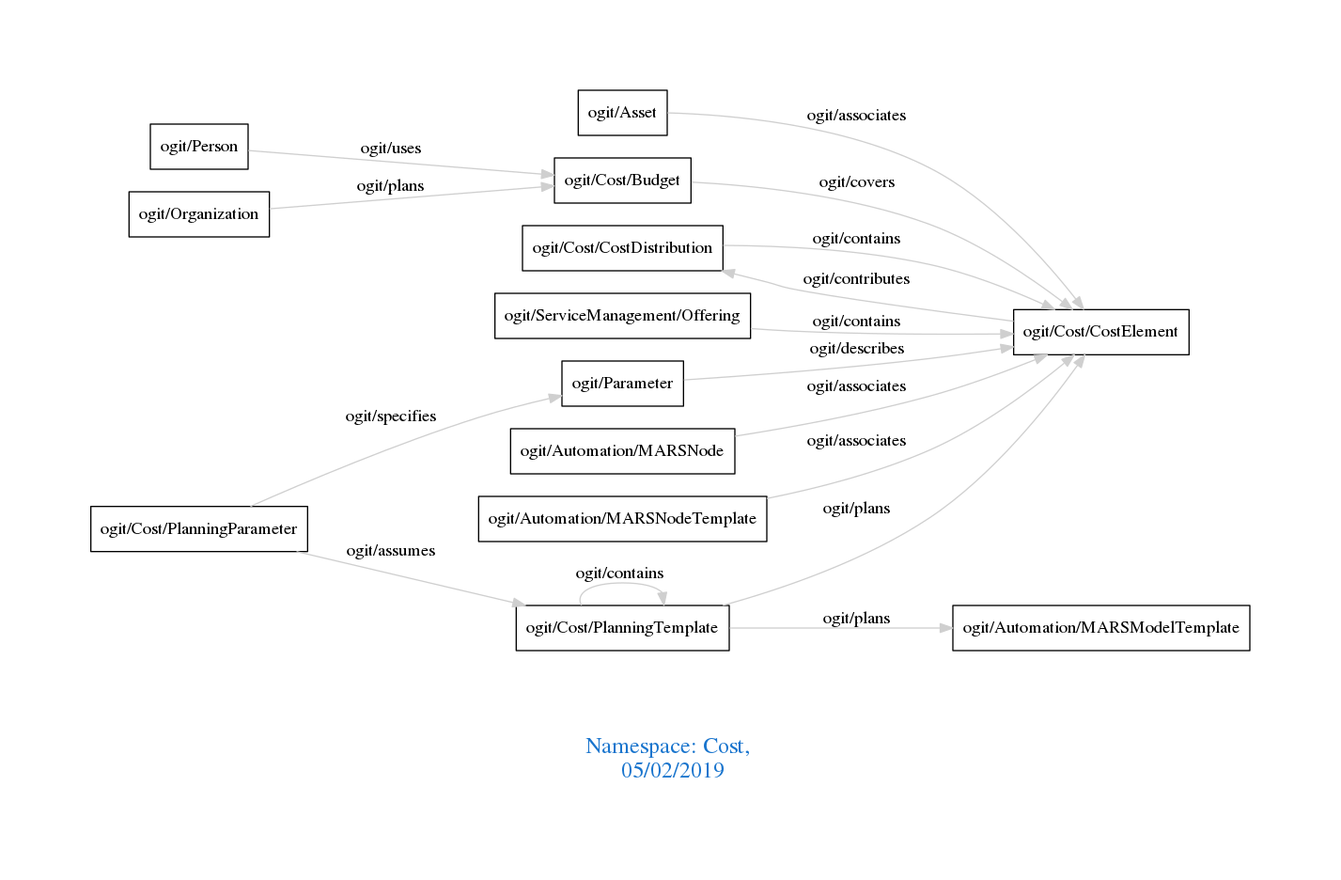
arago/OGIT keeps this Graphviz diagram as downloads/Cost.png. Above is the earlier version. Its source is kept beside it as downloads/Cost.dot.
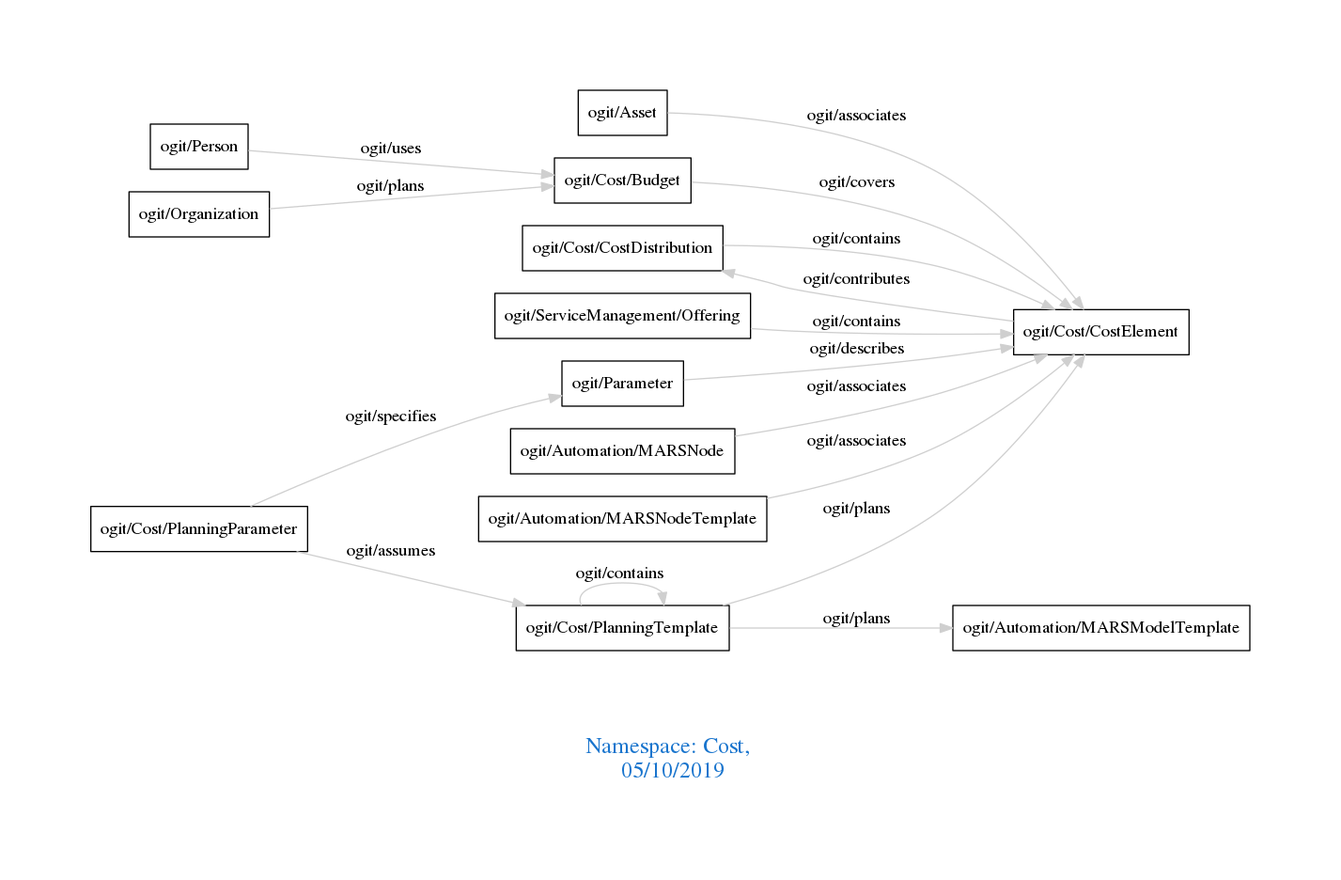
The same diagram one commit later.

What changed in the source:
```diff
@@ -1,7 +1,7 @@
 digraph OGIT_ontology {
  graph [ rankdir= LR,pad=1
 fontsize = 18,
-fontcolor= dodgerblue3,label = "\n\n\nNamespace: Cost, \n 05/02/2019"];
+fontcolor= dodgerblue3,label = "\n\n\nNamespace: Cost, \n 05/10/2019"];
 node[shape=polygon];
 edge [  color="gray81"];
 
```
